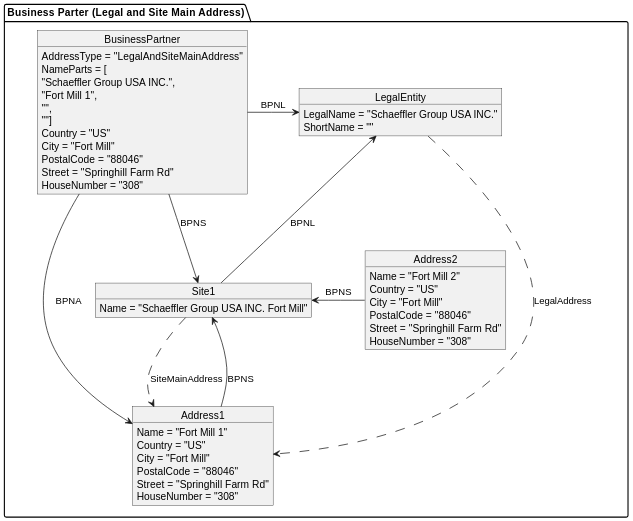
catenax-eV/catenax-ev.github.io keeps this PlantUML diagram as docs/standards/CX-0074-BusinessPartnerGateAPI/assets/diagrams/object/legal-and-site-main-address.svg. Above is the earlier version.
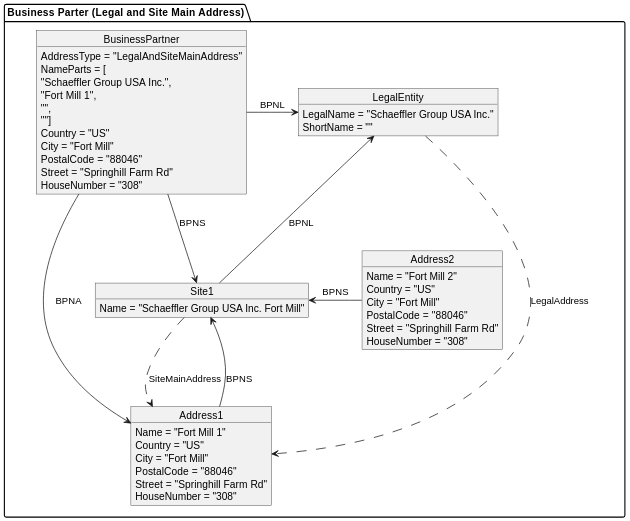
The same file after the commit.

Diff of the diagram source:
```diff
@@ -1,10 +1,9 @@
-@startuml legal-and-site-main-address
-
+@startuml
 skinparam dpi 50
 
 package "Business Parter (Legal and Site Main Address)" {
   object LegalEntity {
-    LegalName = "Schaeffler Group USA INC."
+    LegalName = "Schaeffler Group USA Inc."
     ShortName = ""
   }
 
@@ -27,13 +26,13 @@
   }
 
   object Site1 {
-    Name = "Schaeffler Group USA INC. Fort Mill"
+    Name = "Schaeffler Group USA Inc. Fort Mill"
   }
 
   object BusinessPartner {
     AddressType = "LegalAndSiteMainAddress"
     NameParts = [
-      "Schaeffler Group USA INC.",
+      "Schaeffler Group USA Inc.",
       "Fort Mill 1",
       "",
       ""]
@@ -53,5 +52,4 @@
   Address2 -l-> Site1 : BPNS
   Site1 -u-> LegalEntity : BPNL
 }
-
 @enduml
```
